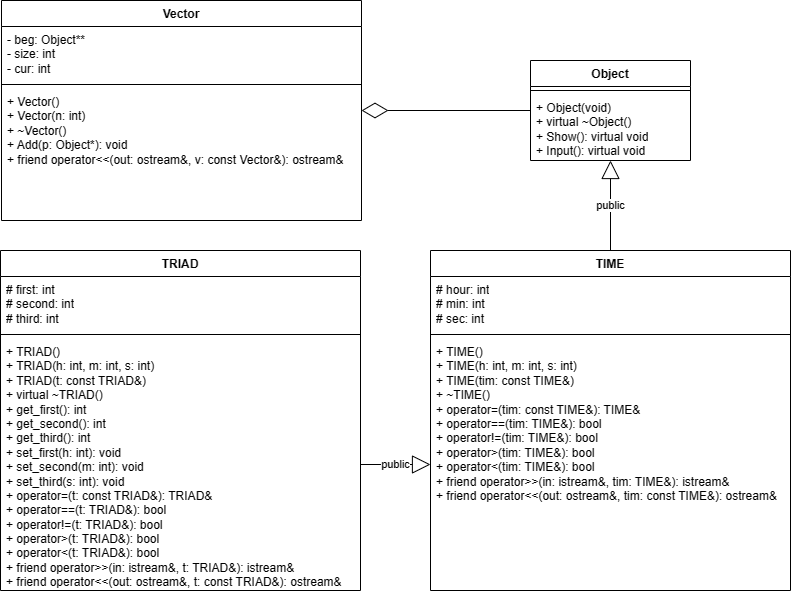
This is 2_semestr/LABS_Class/5_LAB/5_LAB.png from blzz4c/PNRPU-2022-IVT22-1b, a draw.io export, as it was before one commit. Source tidied: cells renumbered, new cells last; positions are measured from the earlier drawing's top-left corner, leaving out a move shared by most shapes. The source it was exported from:
```xml
<mxGraphModel>
  <root>
    <mxCell id="0" />
    <mxCell id="1" parent="0" />
    <mxCell id="2" value="TRIAD" style="swimlane;fontStyle=1;align=center;verticalAlign=top;horizontal=1;startSize=26;whiteSpace=wrap;html=1;" parent="1" vertex="1">
      <mxGeometry y="250" width="360" height="340" as="geometry" />
    </mxCell>
    <mxCell id="3" value="&lt;div&gt;# first: int&lt;/div&gt;&lt;div&gt;# second: int&lt;span style=&quot;&quot;&gt;&lt;/span&gt;&lt;/div&gt;&lt;div&gt;&lt;span style=&quot;&quot;&gt;# third: int&lt;/span&gt;&lt;/div&gt;" style="text;strokeColor=none;fillColor=none;align=left;verticalAlign=top;spacingLeft=4;spacingRight=4;overflow=hidden;whiteSpace=wrap;html=1;" parent="2" vertex="1">
      <mxGeometry y="26" width="360" height="54" as="geometry" />
    </mxCell>
    <mxCell id="4" style="line;strokeWidth=1;fillColor=none;align=left;verticalAlign=middle;spacingTop=-1;spacingLeft=3;spacingRight=3;labelPosition=right;strokeColor=inherit;" parent="2" vertex="1">
      <mxGeometry y="80" width="360" height="8" as="geometry" />
    </mxCell>
    <mxCell id="5" value="&lt;div&gt;+ TRIAD()&lt;/div&gt;&lt;div&gt;+ TRIAD(h: int, m: int, s: int)&lt;span style=&quot;&quot;&gt;&lt;/span&gt;&lt;/div&gt;&lt;div&gt;&lt;span style=&quot;white-space: pre;&quot;&gt;+ &lt;/span&gt;TRIAD(t: const TRIAD&amp;amp;)&lt;/div&gt;&lt;div&gt;&lt;span style=&quot;white-space: pre;&quot;&gt;+ virtual &lt;/span&gt;~TRIAD()&lt;/div&gt;&lt;div&gt;&lt;span style=&quot;&quot;&gt;+ get_first(): int&lt;/span&gt;&lt;/div&gt;&lt;div&gt;&lt;span style=&quot;&quot;&gt;+ get_second(): int&lt;/span&gt;&lt;/div&gt;&lt;div&gt;&lt;span style=&quot;&quot;&gt;+ get_third(): int&lt;/span&gt;&lt;/div&gt;&lt;div&gt;&lt;span style=&quot;&quot;&gt;+ set_first(h: int): void&lt;/span&gt;&lt;/div&gt;&lt;div&gt;&lt;span style=&quot;background-color: initial;&quot;&gt;+ set_second(m: int): void&lt;/span&gt;&lt;/div&gt;&lt;div&gt;&lt;span style=&quot;&quot;&gt;+ set_third(s: int): void&lt;/span&gt;&lt;/div&gt;&lt;div&gt;&lt;span style=&quot;&quot;&gt;+ operator=(t: const TRIAD&amp;amp;): TRIAD&amp;amp;&lt;/span&gt;&lt;/div&gt;&lt;div&gt;&lt;span style=&quot;&quot;&gt;+ operator==(t: TRIAD&amp;amp;): bool&lt;/span&gt;&lt;/div&gt;&lt;div&gt;&lt;span style=&quot;&quot;&gt;+ operator!=(t: TRIAD&amp;amp;): bool&lt;/span&gt;&lt;/div&gt;&lt;div&gt;&lt;span style=&quot;&quot;&gt;+ operator&amp;gt;(t: TRIAD&amp;amp;): bool&lt;/span&gt;&lt;/div&gt;&lt;div&gt;&lt;span style=&quot;&quot;&gt;+ operator&amp;lt;(t: TRIAD&amp;amp;): bool&lt;/span&gt;&lt;/div&gt;&lt;div&gt;+ friend operator&amp;gt;&amp;gt;(in: istream&amp;amp;, t: TRIAD&amp;amp;): istream&amp;amp;&lt;/div&gt;&lt;div&gt;+ friend operator&amp;lt;&amp;lt;(out: ostream&amp;amp;, t: const TRIAD&amp;amp;): ostream&amp;amp;&lt;/div&gt;" style="text;strokeColor=none;fillColor=none;align=left;verticalAlign=top;spacingLeft=4;spacingRight=4;overflow=hidden;points=[[0,0.5],[1,0.5]];portConstraint=eastwest;whiteSpace=wrap;html=1;" parent="2" vertex="1">
      <mxGeometry y="88" width="360" height="252" as="geometry" />
    </mxCell>
    <mxCell id="6" value="TIME" style="swimlane;fontStyle=1;align=center;verticalAlign=top;horizontal=1;startSize=26;whiteSpace=wrap;html=1;" parent="1" vertex="1">
      <mxGeometry x="430" y="250" width="360" height="340" as="geometry" />
    </mxCell>
    <mxCell id="7" value="&lt;div&gt;# hour: int&lt;/div&gt;&lt;div&gt;# min: int&lt;span style=&quot;&quot;&gt;&lt;/span&gt;&lt;/div&gt;&lt;div&gt;&lt;span style=&quot;&quot;&gt;# sec: int&lt;/span&gt;&lt;/div&gt;" style="text;strokeColor=none;fillColor=none;align=left;verticalAlign=top;spacingLeft=4;spacingRight=4;overflow=hidden;whiteSpace=wrap;html=1;" parent="6" vertex="1">
      <mxGeometry y="26" width="360" height="54" as="geometry" />
    </mxCell>
    <mxCell id="8" style="line;strokeWidth=1;fillColor=none;align=left;verticalAlign=middle;spacingTop=-1;spacingLeft=3;spacingRight=3;labelPosition=right;strokeColor=inherit;" parent="6" vertex="1">
      <mxGeometry y="80" width="360" height="8" as="geometry" />
    </mxCell>
    <mxCell id="9" value="&lt;div&gt;+ TIME()&lt;/div&gt;&lt;div&gt;+ TIME(h: int, m: int, s: int)&lt;span style=&quot;&quot;&gt;&lt;/span&gt;&lt;/div&gt;&lt;div&gt;&lt;span style=&quot;white-space: pre;&quot;&gt;+ &lt;/span&gt;TIME(tim: const TIME&amp;amp;)&lt;/div&gt;&lt;div&gt;&lt;span style=&quot;white-space: pre;&quot;&gt;+ &lt;/span&gt;~TIME()&lt;/div&gt;&lt;div&gt;&lt;span style=&quot;&quot;&gt;+ operator=(tim: const TIME&amp;amp;): TIME&amp;amp;&lt;/span&gt;&lt;/div&gt;&lt;div&gt;&lt;span style=&quot;&quot;&gt;+ operator==(tim: TIME&amp;amp;): bool&lt;/span&gt;&lt;/div&gt;&lt;div&gt;&lt;span style=&quot;&quot;&gt;+ operator!=(tim: TIME&amp;amp;): bool&lt;/span&gt;&lt;/div&gt;&lt;div&gt;&lt;span style=&quot;&quot;&gt;+ operator&amp;gt;(tim: TIME&amp;amp;): bool&lt;/span&gt;&lt;/div&gt;&lt;div&gt;&lt;span style=&quot;&quot;&gt;+ operator&amp;lt;(tim: TIME&amp;amp;): bool&lt;/span&gt;&lt;/div&gt;&lt;div&gt;+ friend operator&amp;gt;&amp;gt;(in: istream&amp;amp;, tim: TIME&amp;amp;): istream&amp;amp;&lt;/div&gt;&lt;div&gt;+ friend operator&amp;lt;&amp;lt;(out: ostream&amp;amp;, tim: const TIME&amp;amp;): ostream&amp;amp;&lt;/div&gt;" style="text;strokeColor=none;fillColor=none;align=left;verticalAlign=top;spacingLeft=4;spacingRight=4;overflow=hidden;points=[[0,0.5],[1,0.5]];portConstraint=eastwest;whiteSpace=wrap;html=1;" parent="6" vertex="1">
      <mxGeometry y="88" width="360" height="252" as="geometry" />
    </mxCell>
    <mxCell id="10" value="public" style="endArrow=block;endSize=16;endFill=0;html=1;rounded=0;entryX=0;entryY=0.5;entryDx=0;entryDy=0;" parent="1" edge="1" source="5" target="9">
      <mxGeometry relative="1" as="geometry" />
    </mxCell>
    <mxCell id="11" value="Object" style="swimlane;fontStyle=1;align=center;verticalAlign=top;horizontal=1;startSize=26;whiteSpace=wrap;html=1;" parent="1" vertex="1">
      <mxGeometry x="530" y="60" width="160" height="100" as="geometry" />
    </mxCell>
    <mxCell id="12" style="line;strokeWidth=1;fillColor=none;align=left;verticalAlign=middle;spacingTop=-1;spacingLeft=3;spacingRight=3;labelPosition=right;strokeColor=inherit;" parent="11" vertex="1">
      <mxGeometry y="26" width="160" height="8" as="geometry" />
    </mxCell>
    <mxCell id="13" value="&lt;div&gt;+ Object(void)&lt;/div&gt;&lt;div&gt;+ virtual ~Object()&lt;/div&gt;&lt;div&gt;&lt;span style=&quot;background-color: initial;&quot;&gt;+ Show(): virtual void&lt;/span&gt;&lt;/div&gt;&lt;div&gt;&lt;span style=&quot;&quot;&gt;+ Input(): virtual void&amp;nbsp;&lt;/span&gt;&lt;/div&gt;" style="text;strokeColor=none;fillColor=none;align=left;verticalAlign=top;spacingLeft=4;spacingRight=4;overflow=hidden;points=[[0,0.5],[1,0.5]];portConstraint=eastwest;whiteSpace=wrap;html=1;" parent="11" vertex="1">
      <mxGeometry y="34" width="160" height="66" as="geometry" />
    </mxCell>
    <mxCell id="14" value="public" style="endArrow=block;endSize=16;endFill=0;html=1;rounded=0;" parent="1" edge="1" source="6" target="13">
      <mxGeometry relative="1" as="geometry" />
    </mxCell>
    <mxCell id="15" value="Vector" style="swimlane;fontStyle=1;align=center;verticalAlign=top;horizontal=1;startSize=26;whiteSpace=wrap;html=1;" parent="1" vertex="1">
      <mxGeometry x="1" width="360" height="220" as="geometry" />
    </mxCell>
    <mxCell id="16" value="- beg: Object**&lt;br&gt;- size: int&lt;br&gt;- cur: int" style="text;strokeColor=none;fillColor=none;align=left;verticalAlign=top;spacingLeft=4;spacingRight=4;overflow=hidden;whiteSpace=wrap;html=1;" parent="15" vertex="1">
      <mxGeometry y="26" width="360" height="54" as="geometry" />
    </mxCell>
    <mxCell id="17" style="line;strokeWidth=1;fillColor=none;align=left;verticalAlign=middle;spacingTop=-1;spacingLeft=3;spacingRight=3;labelPosition=right;strokeColor=inherit;" parent="15" vertex="1">
      <mxGeometry y="80" width="360" height="8" as="geometry" />
    </mxCell>
    <mxCell id="18" value="&lt;div&gt;+ Vector()&lt;/div&gt;&lt;div&gt;+ Vector(n: int)&lt;span style=&quot;&quot;&gt;&lt;/span&gt;&lt;/div&gt;&lt;div&gt;&lt;span style=&quot;white-space: pre;&quot;&gt;+ &lt;/span&gt;~Vector()&lt;/div&gt;&lt;div&gt;&lt;span style=&quot;white-space: pre;&quot;&gt;+ &lt;/span&gt;Add(p: Object*): void&lt;/div&gt;&lt;div&gt;&lt;span style=&quot;background-color: initial;&quot;&gt;+ friend operator&amp;lt;&amp;lt;(out: ostream&amp;amp;, v: const Vector&amp;amp;): ostream&amp;amp;&lt;/span&gt;&lt;/div&gt;" style="text;strokeColor=none;fillColor=none;align=left;verticalAlign=top;spacingLeft=4;spacingRight=4;overflow=hidden;whiteSpace=wrap;html=1;" parent="15" vertex="1">
      <mxGeometry y="88" width="360" height="132" as="geometry" />
    </mxCell>
    <mxCell id="19" style="endArrow=diamondThin;endFill=0;endSize=24;html=1;rounded=0;" parent="1" edge="1" source="11" target="15">
      <mxGeometry relative="1" as="geometry" />
    </mxCell>
  </root>
</mxGraphModel>
```
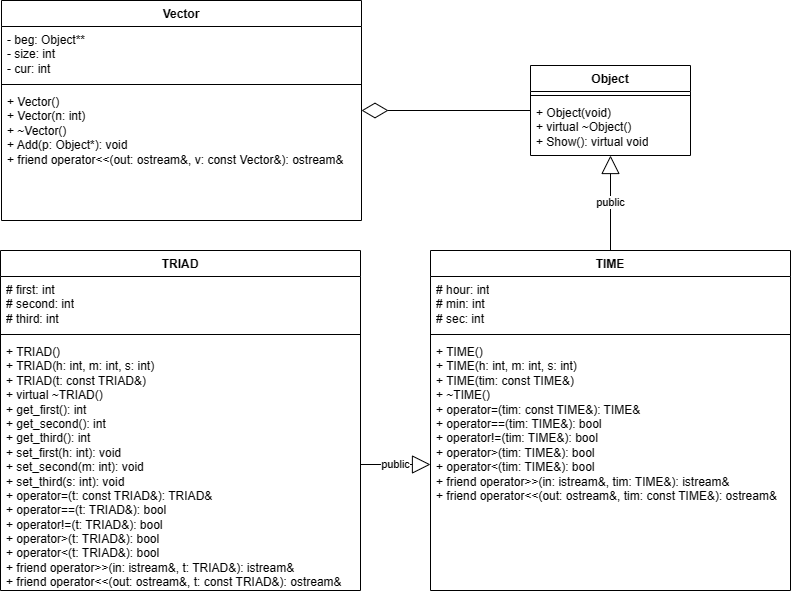
After the change.

The edit, as a diff of the source:
```diff
@@ -30,13 +30,13 @@
       <mxGeometry relative="1" as="geometry" />
     </mxCell>
     <mxCell id="11" value="Object" style="swimlane;fontStyle=1;align=center;verticalAlign=top;horizontal=1;startSize=26;whiteSpace=wrap;html=1;" parent="1" vertex="1">
-      <mxGeometry x="530" y="60" width="160" height="100" as="geometry" />
+      <mxGeometry x="530" y="65" width="160" height="90" as="geometry" />
     </mxCell>
     <mxCell id="12" style="line;strokeWidth=1;fillColor=none;align=left;verticalAlign=middle;spacingTop=-1;spacingLeft=3;spacingRight=3;labelPosition=right;strokeColor=inherit;" parent="11" vertex="1">
       <mxGeometry y="26" width="160" height="8" as="geometry" />
     </mxCell>
-    <mxCell id="13" value="&lt;div&gt;+ Object(void)&lt;/div&gt;&lt;div&gt;+ virtual ~Object()&lt;/div&gt;&lt;div&gt;&lt;span style=&quot;background-color: initial;&quot;&gt;+ Show(): virtual void&lt;/span&gt;&lt;/div&gt;&lt;div&gt;&lt;span style=&quot;&quot;&gt;+ Input(): virtual void&amp;nbsp;&lt;/span&gt;&lt;/div&gt;" style="text;strokeColor=none;fillColor=none;align=left;verticalAlign=top;spacingLeft=4;spacingRight=4;overflow=hidden;points=[[0,0.5],[1,0.5]];portConstraint=eastwest;whiteSpace=wrap;html=1;" parent="11" vertex="1">
-      <mxGeometry y="34" width="160" height="66" as="geometry" />
+    <mxCell id="13" value="&lt;div&gt;+ Object(void)&lt;/div&gt;&lt;div&gt;+ virtual ~Object()&lt;/div&gt;&lt;div&gt;&lt;span style=&quot;background-color: initial;&quot;&gt;+ Show(): virtual void&lt;/span&gt;&lt;/div&gt;" style="text;strokeColor=none;fillColor=none;align=left;verticalAlign=top;spacingLeft=4;spacingRight=4;overflow=hidden;points=[[0,0.5],[1,0.5]];portConstraint=eastwest;whiteSpace=wrap;html=1;" parent="11" vertex="1">
+      <mxGeometry y="34" width="160" height="56" as="geometry" />
     </mxCell>
     <mxCell id="14" value="public" style="endArrow=block;endSize=16;endFill=0;html=1;rounded=0;" parent="1" edge="1" source="6" target="13">
       <mxGeometry relative="1" as="geometry" />
```
